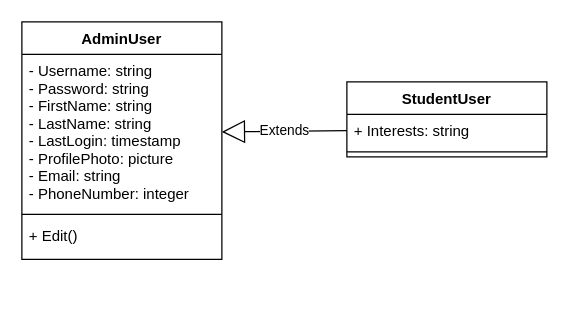
This is Class Diagram - Login and User Management Section.drawio from m-bassiri/HamyarApp, a draw.io file, before an edit. Source tidied: cells renumbered, new cells numbered last; positions are measured from the earlier drawing's top-left corner, leaving out a move shared by most shapes. Both pictures are drawn from the tidied source at 125%, with x=0, y=0 at pixel (21, 21).
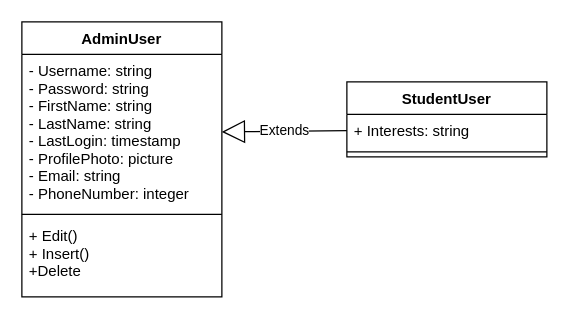
After the change.

Diff of the diagram source:
```diff
@@
 <mxGraphModel>
   <root>
     <mxCell id="0" />
     <mxCell id="1" parent="0" />
     <mxCell id="2" value="AdminUser" style="swimlane;fontStyle=1;align=center;verticalAlign=top;horizontal=1;startSize=26;" parent="1" vertex="1">
-      <mxGeometry width="160" height="190" as="geometry" />
+      <mxGeometry width="160" height="220" as="geometry" />
     </mxCell>
     <mxCell id="3" value="- Username: string&#10;- Password: string&#10;- FirstName: string&#10;- LastName: string&#10;- LastLogin: timestamp&#10;- ProfilePhoto: picture&#10;- Email: string&#10;- PhoneNumber: integer&#10;" style="text;strokeColor=none;fillColor=none;align=left;verticalAlign=top;spacingLeft=4;spacingRight=4;overflow=hidden;points=[[0,0.5],[1,0.5]];portConstraint=eastwest;" parent="2" vertex="1">
       <mxGeometry y="26" width="160" height="124" as="geometry" />
     </mxCell>
     <mxCell id="4" style="line;strokeWidth=1;fillColor=none;align=left;verticalAlign=middle;spacingTop=-1;spacingLeft=3;spacingRight=3;labelPosition=right;" parent="2" vertex="1">
       <mxGeometry y="150" width="160" height="8" as="geometry" />
     </mxCell>
-    <mxCell id="5" value="+ Edit()&#10;" style="text;strokeColor=none;fillColor=none;align=left;verticalAlign=top;spacingLeft=4;spacingRight=4;overflow=hidden;" parent="2" vertex="1">
-      <mxGeometry y="158" width="160" height="32" as="geometry" />
+    <mxCell id="5" value="+ Edit()&#10;+ Insert()&#10;+Delete&#10;" style="text;strokeColor=none;fillColor=none;align=left;verticalAlign=top;spacingLeft=4;spacingRight=4;overflow=hidden;" parent="2" vertex="1">
+      <mxGeometry y="158" width="160" height="62" as="geometry" />
     </mxCell>
     <mxCell id="6" value="StudentUser" style="swimlane;fontStyle=1;align=center;verticalAlign=top;horizontal=1;startSize=26;" parent="1" vertex="1">
       <mxGeometry x="260" y="48" width="160" height="60" as="geometry" />
     </mxCell>
     <mxCell id="7" value="+ Interests: string" style="text;strokeColor=none;fillColor=none;align=left;verticalAlign=top;spacingLeft=4;spacingRight=4;overflow=hidden;points=[[0,0.5],[1,0.5]];portConstraint=eastwest;" parent="6" vertex="1">
       <mxGeometry y="26" width="160" height="26" as="geometry" />
     </mxCell>
     <mxCell id="8" style="line;strokeWidth=1;fillColor=none;align=left;verticalAlign=middle;spacingTop=-1;spacingLeft=3;spacingRight=3;labelPosition=right;" parent="6" vertex="1">
       <mxGeometry y="52" width="160" height="8" as="geometry" />
     </mxCell>
     <mxCell id="9" value="Extends" style="endArrow=block;endSize=16;endFill=0;html=1;exitX=0;exitY=0.5;exitDx=0;exitDy=0;entryX=1;entryY=0.5;entryDx=0;entryDy=0;" parent="1" edge="1" source="7" target="3">
       <mxGeometry relative="1" as="geometry" />
     </mxCell>
   </root>
 </mxGraphModel>
```
